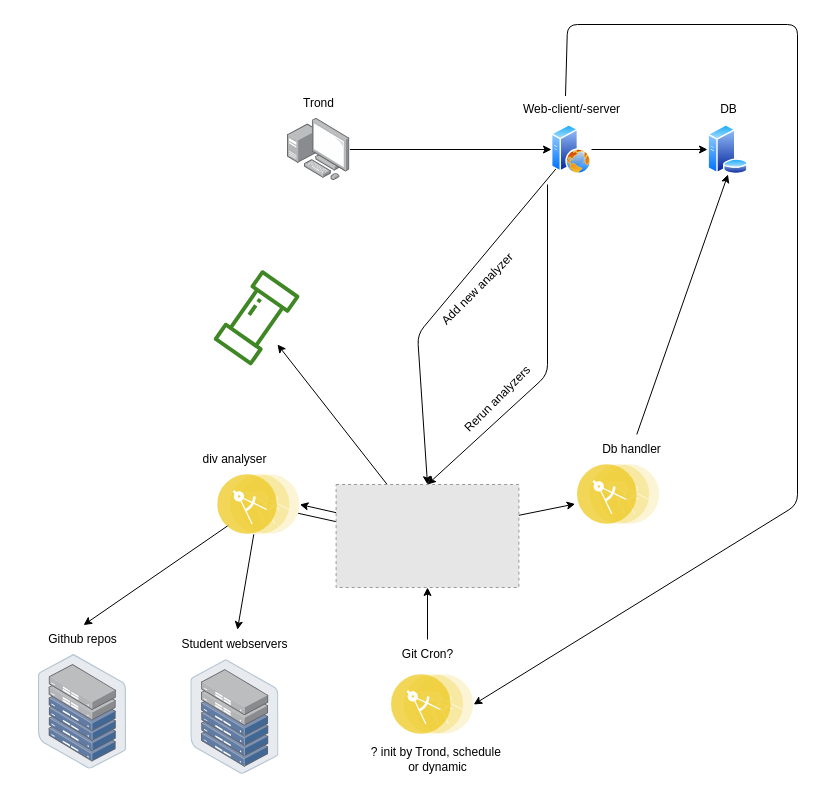
This is page "Page-1" (1 of 2) of arch.drawio from Vetleskrett/flexilyzer, a draw.io file, before an edit. Source tidied: cells renumbered, new cells numbered last; positions are measured from the earlier drawing's top-left corner, leaving out a move shared by most shapes. Both pictures are drawn from the tidied source at 100%, with x=0, y=0 at pixel (17, 24). Pictures stored in the file or linked from it are replaced by grey dashed boxes.
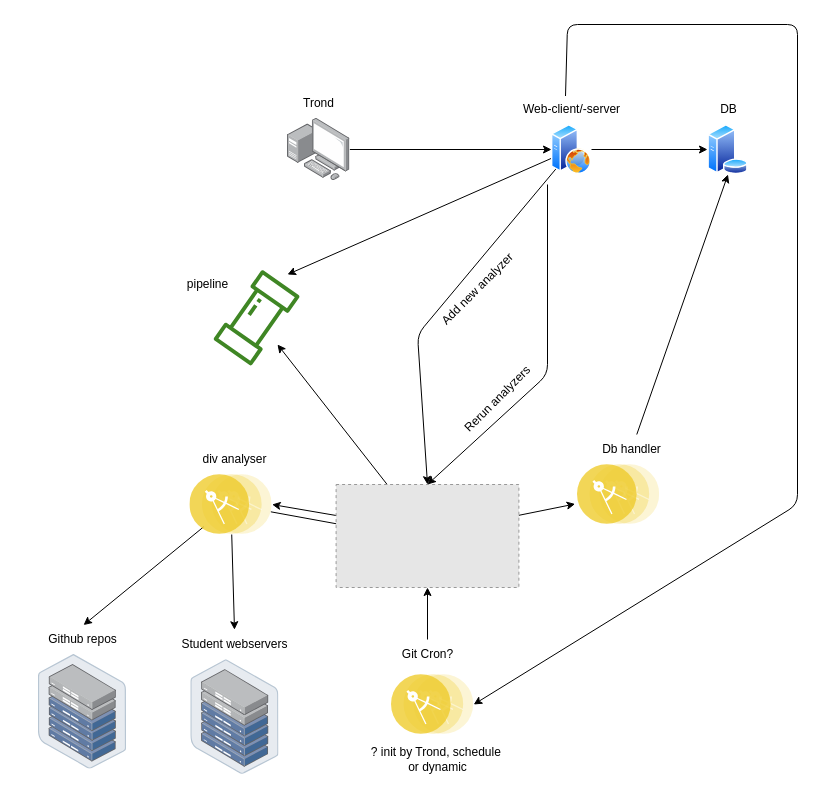
The same page after the edit.

Unchanged cells that the change refers to:
```xml
<mxCell id="11" style="perimeter=ellipsePerimeter;html=1;align=center;shadow=0;dashed=0;spacingTop=3;image;image=img/lib/active_directory/web_server.svg;" parent="1" vertex="1">
  <mxGeometry x="534" y="100" width="40" height="50" as="geometry" />
</mxCell>
```

Change to the diagram source:
```diff
@@
+    <mxCell id="38" style="edgeStyle=none;html=1;" parent="1" edge="1" source="11">
+      <mxGeometry relative="1" as="geometry">
+        <mxPoint x="270" y="250" as="targetPoint" />
+      </mxGeometry>
+    </mxCell>
@@
     <mxCell id="24" style="perimeter=ellipsePerimeter;html=1;align=center;shadow=0;dashed=0;fontColor=#4277BB;labelBackgroundColor=#ffffff;fontSize=12;spacingTop=3;image;image=img/lib/ibm/applications/microservice.svg;" parent="1" vertex="1">
-      <mxGeometry x="200.2" y="450" width="82.2" height="60" as="geometry" />
+      <mxGeometry x="172.4" y="450" width="82.2" height="60" as="geometry" />
     </mxCell>
@@
+    <mxCell id="39" value="pipeline" style="text;html=1;align=center;verticalAlign=middle;strokeColor=none;fillColor=none;" parent="1" vertex="1">
+      <mxGeometry x="160" y="245" width="60" height="30" as="geometry" />
+    </mxCell>
```
